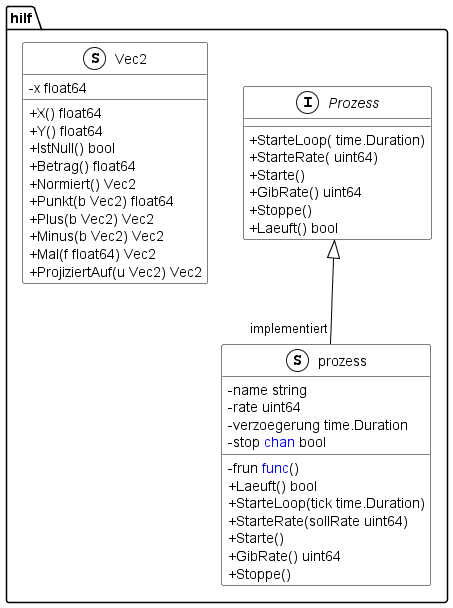
The PlantUML diagram documentation/UML/hilf.png in Fussbroich/lwb-SWP, before a commit. Its diagram source:
```plantuml
@startuml
skinparam classAttributeIconSize 0
skinparam class {
BackgroundColor White
ArrowColor Black
BorderColor Black
}
namespace hilf {
    interface Prozess << (I,White) >> {
        + StarteLoop( time.Duration)
        + StarteRate( uint64)
        + Starte()
        + GibRate() uint64
        + Stoppe()
        + Laeuft() bool

    }
    class Vec2 << (S,White) >> {
        - x float64

        + X() float64
        + Y() float64
        + IstNull() bool
        + Betrag() float64
        + Normiert() Vec2
        + Punkt(b Vec2) float64
        + Plus(b Vec2) Vec2
        + Minus(b Vec2) Vec2
        + Mal(f float64) Vec2
        + ProjiziertAuf(u Vec2) Vec2

    }
    class prozess << (S,White) >> {
        - name string
        - frun <font color=blue>func</font>()
        - rate uint64
        - verzoegerung time.Duration
        - stop <font color=blue>chan</font> bool

        + Laeuft() bool
        + StarteLoop(tick time.Duration)
        + StarteRate(sollRate uint64)
        + Starte()
        + GibRate() uint64
        + Stoppe()

    }
}

"hilf.Prozess" <|-- "implementiert""hilf.prozess"

@enduml
```
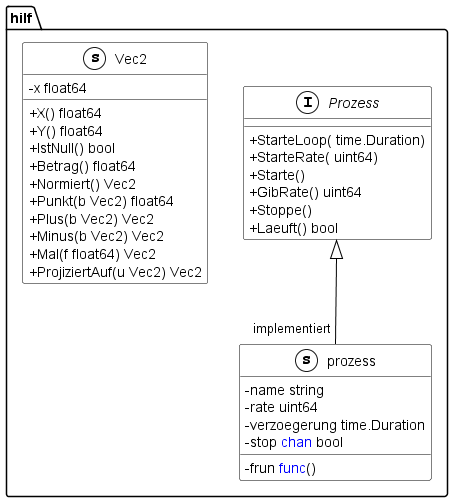
Above is the later version.

Change to the diagram source:
```diff
@@ -15,7 +15,7 @@
         + Laeuft() bool
 
     }
-    class Vec2 << (S,White) >> {
+    class Vec2 << (s,White) >> {
         - x float64
 
         + X() float64
@@ -30,20 +30,12 @@
         + ProjiziertAuf(u Vec2) Vec2
 
     }
-    class prozess << (S,White) >> {
+    class prozess << (s,White) >> {
         - name string
         - frun <font color=blue>func</font>()
         - rate uint64
         - verzoegerung time.Duration
         - stop <font color=blue>chan</font> bool
-
-        + Laeuft() bool
-        + StarteLoop(tick time.Duration)
-        + StarteRate(sollRate uint64)
-        + Starte()
-        + GibRate() uint64
-        + Stoppe()
-
     }
 }
 
```
